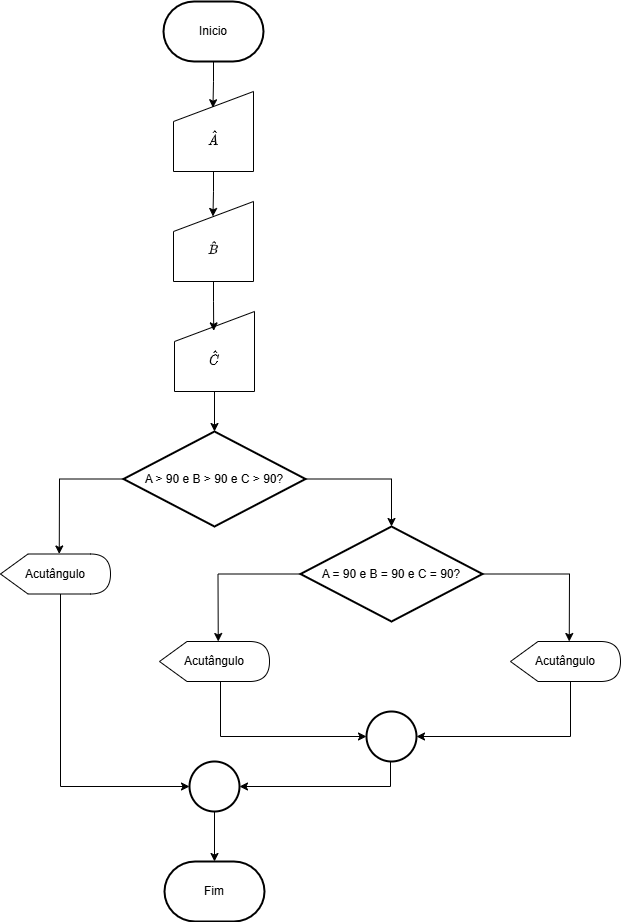
Before: Diagramas/exercicios21.drawio.png, a diagram exported from draw.io (andrew-cdia/algoritmos-lista1). Source tidied: cells renumbered, new cells last; positions are measured from the earlier drawing's top-left corner, leaving out a move shared by most shapes.
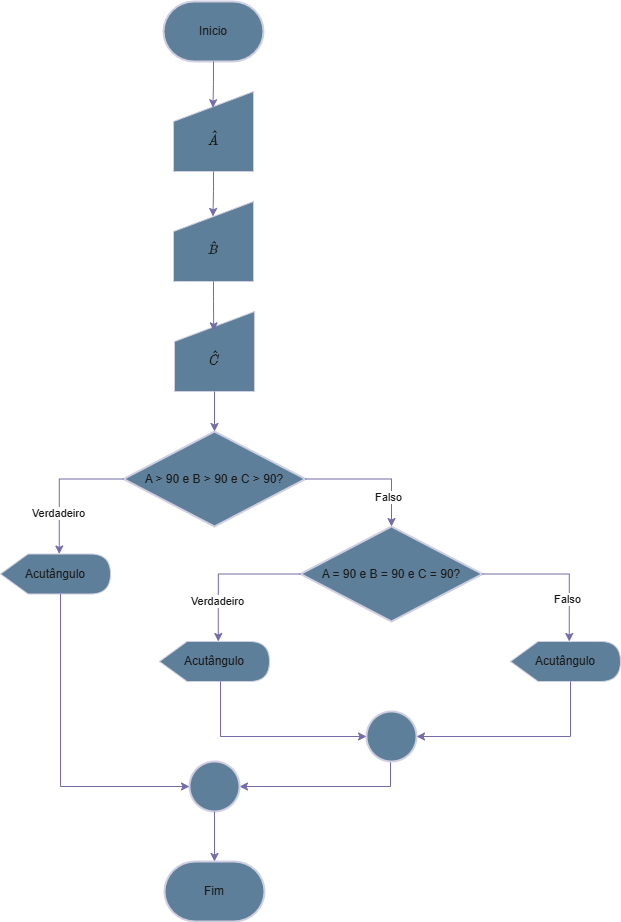
The same diagram one commit later.

Change to the diagram source:
```diff
@@ -2,99 +2,111 @@
   <root>
     <mxCell id="0" />
     <mxCell id="1" parent="0" />
-    <mxCell id="2" value="Fim" style="strokeWidth=2;html=1;shape=mxgraph.flowchart.terminator;whiteSpace=wrap;" parent="1" vertex="1">
+    <mxCell id="2" value="Fim" style="strokeWidth=2;html=1;shape=mxgraph.flowchart.terminator;whiteSpace=wrap;labelBackgroundColor=none;fillColor=#5D7F99;strokeColor=#D0CEE2;fontColor=#1A1A1A;" parent="1" vertex="1">
       <mxGeometry x="164" y="860" width="100" height="60" as="geometry" />
     </mxCell>
-    <mxCell id="3" value="Inicio" style="strokeWidth=2;html=1;shape=mxgraph.flowchart.terminator;whiteSpace=wrap;" parent="1" vertex="1">
+    <mxCell id="3" value="Inicio" style="strokeWidth=2;html=1;shape=mxgraph.flowchart.terminator;whiteSpace=wrap;labelBackgroundColor=none;fillColor=#5D7F99;strokeColor=#D0CEE2;fontColor=#1A1A1A;" parent="1" vertex="1">
       <mxGeometry x="163" width="100" height="60" as="geometry" />
     </mxCell>
-    <mxCell id="4" value="&amp;nbsp;$$\hat{C}$$" style="shape=manualInput;whiteSpace=wrap;html=1;" parent="1" vertex="1">
+    <mxCell id="4" value="&amp;nbsp;$$\hat{C}$$" style="shape=manualInput;whiteSpace=wrap;html=1;labelBackgroundColor=none;fillColor=#5D7F99;strokeColor=#D0CEE2;fontColor=#1A1A1A;" parent="1" vertex="1">
       <mxGeometry x="174" y="310" width="80" height="80" as="geometry" />
     </mxCell>
-    <mxCell id="5" value="&amp;nbsp;$$\hat{B}$$" style="shape=manualInput;whiteSpace=wrap;html=1;" parent="1" vertex="1">
+    <mxCell id="5" value="&amp;nbsp;$$\hat{B}$$" style="shape=manualInput;whiteSpace=wrap;html=1;labelBackgroundColor=none;fillColor=#5D7F99;strokeColor=#D0CEE2;fontColor=#1A1A1A;" parent="1" vertex="1">
       <mxGeometry x="173" y="200" width="80" height="80" as="geometry" />
     </mxCell>
-    <mxCell id="6" value="&amp;nbsp;$$\hat{A}$$" style="shape=manualInput;whiteSpace=wrap;html=1;" parent="1" vertex="1">
+    <mxCell id="6" value="&amp;nbsp;$$\hat{A}$$" style="shape=manualInput;whiteSpace=wrap;html=1;labelBackgroundColor=none;fillColor=#5D7F99;strokeColor=#D0CEE2;fontColor=#1A1A1A;" parent="1" vertex="1">
       <mxGeometry x="173" y="90" width="80" height="80" as="geometry" />
     </mxCell>
-    <mxCell id="7" value="A &amp;gt; 90 e B &amp;gt; 90 e C &amp;gt; 90?" style="strokeWidth=2;html=1;shape=mxgraph.flowchart.decision;whiteSpace=wrap;" parent="1" vertex="1">
+    <mxCell id="7" value="A &amp;gt; 90 e B &amp;gt; 90 e C &amp;gt; 90?" style="strokeWidth=2;html=1;shape=mxgraph.flowchart.decision;whiteSpace=wrap;labelBackgroundColor=none;fillColor=#5D7F99;strokeColor=#D0CEE2;fontColor=#1A1A1A;" parent="1" vertex="1">
       <mxGeometry x="123" y="430" width="182" height="95" as="geometry" />
     </mxCell>
-    <mxCell id="8" value="A = 90 e B = 90 e C = 90?" style="strokeWidth=2;html=1;shape=mxgraph.flowchart.decision;whiteSpace=wrap;" parent="1" vertex="1">
+    <mxCell id="8" value="A = 90 e B = 90 e C = 90?" style="strokeWidth=2;html=1;shape=mxgraph.flowchart.decision;whiteSpace=wrap;labelBackgroundColor=none;fillColor=#5D7F99;strokeColor=#D0CEE2;fontColor=#1A1A1A;" parent="1" vertex="1">
       <mxGeometry x="300" y="525" width="182" height="95" as="geometry" />
     </mxCell>
-    <mxCell id="9" value="Acutângulo" style="shape=display;whiteSpace=wrap;html=1;" parent="1" vertex="1">
+    <mxCell id="9" value="Acutângulo" style="shape=display;whiteSpace=wrap;html=1;labelBackgroundColor=none;fillColor=#5D7F99;strokeColor=#D0CEE2;fontColor=#1A1A1A;" parent="1" vertex="1">
       <mxGeometry y="552.5" width="110" height="40" as="geometry" />
     </mxCell>
-    <mxCell id="10" value="Acutângulo" style="shape=display;whiteSpace=wrap;html=1;" parent="1" vertex="1">
+    <mxCell id="10" value="Acutângulo" style="shape=display;whiteSpace=wrap;html=1;labelBackgroundColor=none;fillColor=#5D7F99;strokeColor=#D0CEE2;fontColor=#1A1A1A;" parent="1" vertex="1">
       <mxGeometry x="159" y="640" width="110" height="40" as="geometry" />
     </mxCell>
-    <mxCell id="11" value="Acutângulo" style="shape=display;whiteSpace=wrap;html=1;" parent="1" vertex="1">
+    <mxCell id="11" value="Acutângulo" style="shape=display;whiteSpace=wrap;html=1;labelBackgroundColor=none;fillColor=#5D7F99;strokeColor=#D0CEE2;fontColor=#1A1A1A;" parent="1" vertex="1">
       <mxGeometry x="510" y="640" width="110" height="40" as="geometry" />
     </mxCell>
-    <mxCell id="12" style="edgeStyle=orthogonalEdgeStyle;rounded=0;jettySize=auto;html=1;" parent="1" edge="1" source="13" target="14">
+    <mxCell id="12" style="edgeStyle=orthogonalEdgeStyle;rounded=0;jettySize=auto;html=1;labelBackgroundColor=none;strokeColor=#736CA8;fontColor=default;" parent="1" edge="1" source="13" target="14">
       <mxGeometry relative="1" as="geometry">
         <Array as="points">
           <mxPoint x="390" y="785" />
         </Array>
       </mxGeometry>
     </mxCell>
-    <mxCell id="13" style="strokeWidth=2;html=1;shape=mxgraph.flowchart.start_2;whiteSpace=wrap;" parent="1" vertex="1">
+    <mxCell id="13" style="strokeWidth=2;html=1;shape=mxgraph.flowchart.start_2;whiteSpace=wrap;labelBackgroundColor=none;fillColor=#5D7F99;strokeColor=#D0CEE2;fontColor=#1A1A1A;" parent="1" vertex="1">
       <mxGeometry x="366" y="710" width="50" height="50" as="geometry" />
     </mxCell>
-    <mxCell id="14" style="strokeWidth=2;html=1;shape=mxgraph.flowchart.start_2;whiteSpace=wrap;" parent="1" vertex="1">
+    <mxCell id="14" style="strokeWidth=2;html=1;shape=mxgraph.flowchart.start_2;whiteSpace=wrap;labelBackgroundColor=none;fillColor=#5D7F99;strokeColor=#D0CEE2;fontColor=#1A1A1A;" parent="1" vertex="1">
       <mxGeometry x="189" y="760" width="50" height="50" as="geometry" />
     </mxCell>
-    <mxCell id="15" style="edgeStyle=orthogonalEdgeStyle;rounded=0;jettySize=auto;html=1;entryX=0;entryY=0;entryDx=58.75;entryDy=0;entryPerimeter=0;" parent="1" edge="1" source="7" target="9">
+    <mxCell id="15" style="edgeStyle=orthogonalEdgeStyle;rounded=0;jettySize=auto;html=1;entryX=0;entryY=0;entryDx=58.75;entryDy=0;entryPerimeter=0;labelBackgroundColor=none;strokeColor=#736CA8;fontColor=default;" parent="1" edge="1" source="7" target="9">
       <mxGeometry relative="1" as="geometry" />
     </mxCell>
+    <mxCell id="27" value="Verdadeiro" style="edgeLabel;html=1;align=center;verticalAlign=middle;strokeColor=#D0CEE2;fontColor=#1A1A1A;fillColor=#5D7F99;" parent="15" vertex="1">
+      <mxGeometry x="0.4" y="-1" relative="1" as="geometry" />
+    </mxCell>
-    <mxCell id="16" style="edgeStyle=orthogonalEdgeStyle;rounded=0;jettySize=auto;html=1;entryX=0;entryY=0.5;entryDx=0;entryDy=0;entryPerimeter=0;" parent="1" edge="1" source="9" target="14">
+    <mxCell id="16" style="edgeStyle=orthogonalEdgeStyle;rounded=0;jettySize=auto;html=1;entryX=0;entryY=0.5;entryDx=0;entryDy=0;entryPerimeter=0;labelBackgroundColor=none;strokeColor=#736CA8;fontColor=default;" parent="1" edge="1" source="9" target="14">
       <mxGeometry relative="1" as="geometry">
         <Array as="points">
           <mxPoint x="60" y="785" />
         </Array>
       </mxGeometry>
     </mxCell>
-    <mxCell id="17" style="edgeStyle=orthogonalEdgeStyle;rounded=0;jettySize=auto;html=1;entryX=0;entryY=0.5;entryDx=0;entryDy=0;entryPerimeter=0;" parent="1" edge="1" source="10" target="13">
+    <mxCell id="17" style="edgeStyle=orthogonalEdgeStyle;rounded=0;jettySize=auto;html=1;entryX=0;entryY=0.5;entryDx=0;entryDy=0;entryPerimeter=0;labelBackgroundColor=none;strokeColor=#736CA8;fontColor=default;" parent="1" edge="1" source="10" target="13">
       <mxGeometry relative="1" as="geometry">
         <Array as="points">
           <mxPoint x="220" y="735" />
         </Array>
       </mxGeometry>
     </mxCell>
-    <mxCell id="18" style="edgeStyle=orthogonalEdgeStyle;rounded=0;jettySize=auto;html=1;entryX=1;entryY=0.5;entryDx=0;entryDy=0;entryPerimeter=0;" parent="1" edge="1" source="11" target="13">
+    <mxCell id="18" style="edgeStyle=orthogonalEdgeStyle;rounded=0;jettySize=auto;html=1;entryX=1;entryY=0.5;entryDx=0;entryDy=0;entryPerimeter=0;labelBackgroundColor=none;strokeColor=#736CA8;fontColor=default;" parent="1" edge="1" source="11" target="13">
       <mxGeometry relative="1" as="geometry">
         <Array as="points">
           <mxPoint x="570" y="735" />
         </Array>
       </mxGeometry>
     </mxCell>
-    <mxCell id="19" style="edgeStyle=orthogonalEdgeStyle;rounded=0;jettySize=auto;html=1;entryX=0.5;entryY=0;entryDx=0;entryDy=0;entryPerimeter=0;" parent="1" edge="1" source="14" target="2">
+    <mxCell id="19" style="edgeStyle=orthogonalEdgeStyle;rounded=0;jettySize=auto;html=1;entryX=0.5;entryY=0;entryDx=0;entryDy=0;entryPerimeter=0;labelBackgroundColor=none;strokeColor=#736CA8;fontColor=default;" parent="1" edge="1" source="14" target="2">
       <mxGeometry relative="1" as="geometry" />
     </mxCell>
-    <mxCell id="20" style="edgeStyle=orthogonalEdgeStyle;rounded=0;jettySize=auto;html=1;entryX=0;entryY=0;entryDx=58.75;entryDy=0;entryPerimeter=0;" parent="1" edge="1" source="8" target="10">
+    <mxCell id="20" style="edgeStyle=orthogonalEdgeStyle;rounded=0;jettySize=auto;html=1;entryX=0;entryY=0;entryDx=58.75;entryDy=0;entryPerimeter=0;labelBackgroundColor=none;strokeColor=#736CA8;fontColor=default;" parent="1" edge="1" source="8" target="10">
       <mxGeometry relative="1" as="geometry" />
     </mxCell>
+    <mxCell id="28" value="Verdadeiro" style="edgeLabel;html=1;align=center;verticalAlign=middle;strokeColor=#D0CEE2;fontColor=#1A1A1A;fillColor=#5D7F99;" parent="20" vertex="1">
+      <mxGeometry x="0.45" y="-1" relative="1" as="geometry" />
+    </mxCell>
-    <mxCell id="21" style="edgeStyle=orthogonalEdgeStyle;rounded=0;jettySize=auto;html=1;entryX=0;entryY=0;entryDx=58.75;entryDy=0;entryPerimeter=0;" parent="1" edge="1" source="8" target="11">
+    <mxCell id="21" style="edgeStyle=orthogonalEdgeStyle;rounded=0;jettySize=auto;html=1;entryX=0;entryY=0;entryDx=58.75;entryDy=0;entryPerimeter=0;labelBackgroundColor=none;strokeColor=#736CA8;fontColor=default;" parent="1" edge="1" source="8" target="11">
       <mxGeometry relative="1" as="geometry" />
     </mxCell>
+    <mxCell id="29" value="Falso" style="edgeLabel;html=1;align=center;verticalAlign=middle;strokeColor=#D0CEE2;fontColor=#1A1A1A;fillColor=#5D7F99;" parent="21" vertex="1">
+      <mxGeometry x="0.46" y="-2" relative="1" as="geometry" />
+    </mxCell>
-    <mxCell id="22" style="edgeStyle=orthogonalEdgeStyle;rounded=0;jettySize=auto;html=1;entryX=0.5;entryY=0;entryDx=0;entryDy=0;entryPerimeter=0;" parent="1" edge="1" source="7" target="8">
+    <mxCell id="22" style="edgeStyle=orthogonalEdgeStyle;rounded=0;jettySize=auto;html=1;entryX=0.5;entryY=0;entryDx=0;entryDy=0;entryPerimeter=0;labelBackgroundColor=none;strokeColor=#736CA8;fontColor=default;" parent="1" edge="1" source="7" target="8">
       <mxGeometry relative="1" as="geometry">
         <Array as="points">
           <mxPoint x="391" y="478" />
         </Array>
       </mxGeometry>
     </mxCell>
+    <mxCell id="30" value="Falso" style="edgeLabel;html=1;align=center;verticalAlign=middle;strokeColor=#D0CEE2;fontColor=#1A1A1A;fillColor=#5D7F99;" parent="22" vertex="1">
+      <mxGeometry x="0.55" y="-4" relative="1" as="geometry" />
+    </mxCell>
-    <mxCell id="23" style="edgeStyle=orthogonalEdgeStyle;rounded=0;jettySize=auto;html=1;entryX=0.5;entryY=0;entryDx=0;entryDy=0;entryPerimeter=0;" parent="1" edge="1" source="4" target="7">
+    <mxCell id="23" style="edgeStyle=orthogonalEdgeStyle;rounded=0;jettySize=auto;html=1;entryX=0.5;entryY=0;entryDx=0;entryDy=0;entryPerimeter=0;labelBackgroundColor=none;strokeColor=#736CA8;fontColor=default;" parent="1" edge="1" source="4" target="7">
       <mxGeometry relative="1" as="geometry" />
     </mxCell>
-    <mxCell id="24" style="edgeStyle=orthogonalEdgeStyle;rounded=0;jettySize=auto;html=1;entryX=0.49;entryY=0.242;entryDx=0;entryDy=0;entryPerimeter=0;" parent="1" edge="1" source="5" target="4">
+    <mxCell id="24" style="edgeStyle=orthogonalEdgeStyle;rounded=0;jettySize=auto;html=1;entryX=0.49;entryY=0.242;entryDx=0;entryDy=0;entryPerimeter=0;labelBackgroundColor=none;strokeColor=#736CA8;fontColor=default;" parent="1" edge="1" source="5" target="4">
       <mxGeometry relative="1" as="geometry" />
     </mxCell>
-    <mxCell id="25" style="edgeStyle=orthogonalEdgeStyle;rounded=0;jettySize=auto;html=1;entryX=0.493;entryY=0.187;entryDx=0;entryDy=0;entryPerimeter=0;" parent="1" edge="1" source="6" target="5">
+    <mxCell id="25" style="edgeStyle=orthogonalEdgeStyle;rounded=0;jettySize=auto;html=1;entryX=0.493;entryY=0.187;entryDx=0;entryDy=0;entryPerimeter=0;labelBackgroundColor=none;strokeColor=#736CA8;fontColor=default;" parent="1" edge="1" source="6" target="5">
       <mxGeometry relative="1" as="geometry" />
     </mxCell>
-    <mxCell id="26" style="edgeStyle=orthogonalEdgeStyle;rounded=0;jettySize=auto;html=1;entryX=0.493;entryY=0.203;entryDx=0;entryDy=0;entryPerimeter=0;" parent="1" edge="1" source="3" target="6">
+    <mxCell id="26" style="edgeStyle=orthogonalEdgeStyle;rounded=0;jettySize=auto;html=1;entryX=0.493;entryY=0.203;entryDx=0;entryDy=0;entryPerimeter=0;labelBackgroundColor=none;strokeColor=#736CA8;fontColor=default;" parent="1" edge="1" source="3" target="6">
       <mxGeometry relative="1" as="geometry" />
     </mxCell>
   </root>
```
